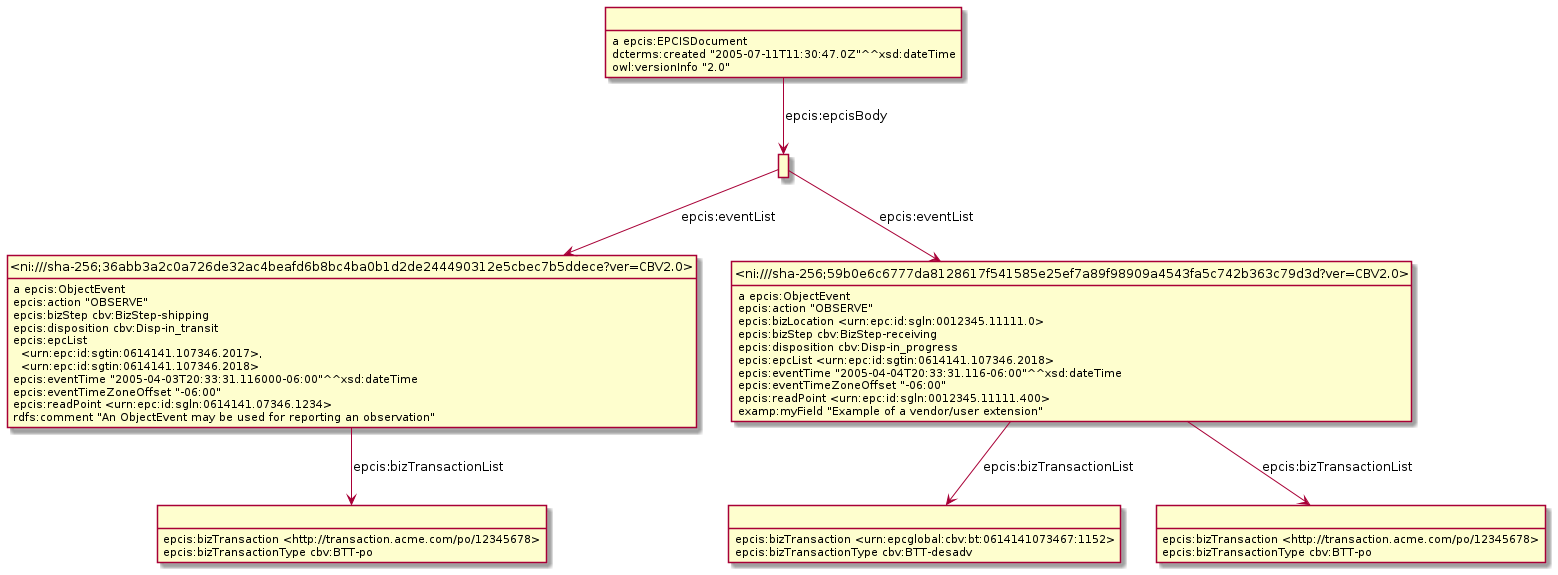
This is Diagrams/Example_9.6.1-with-comment.png from gs1/EPCIS, a PlantUML export, as it was before one commit.
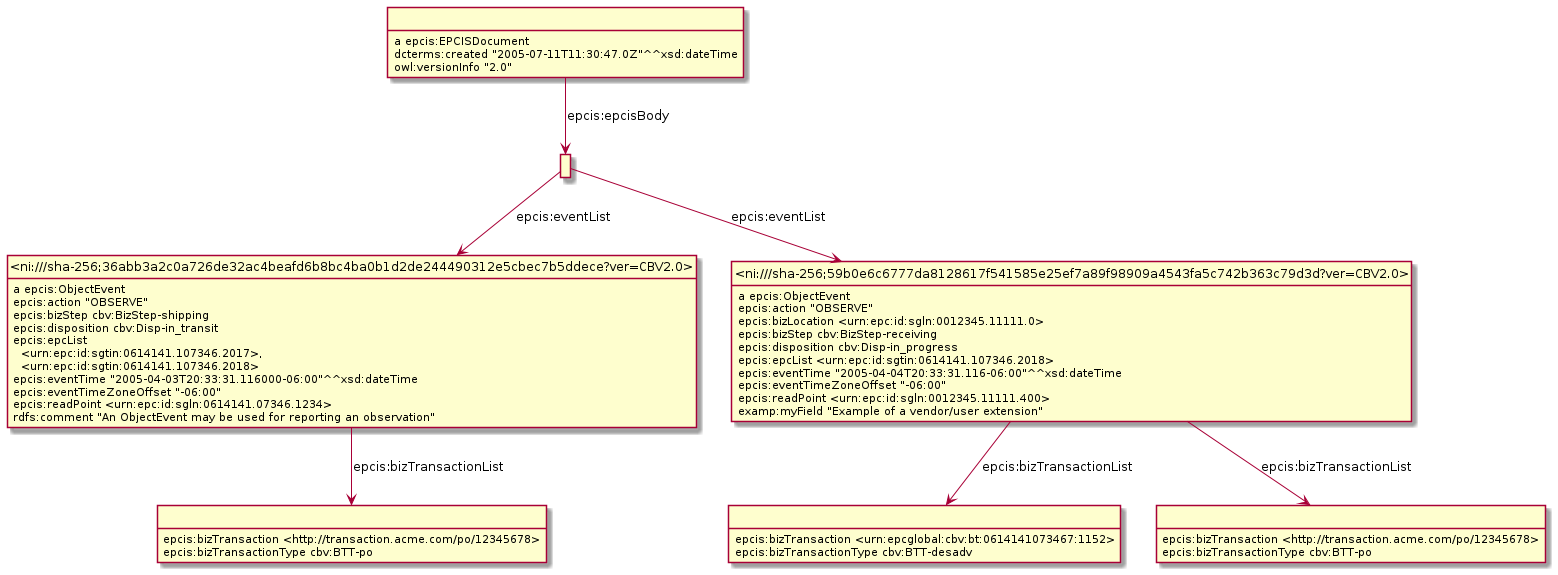
The same diagram one commit later.

Change to the diagram source:
```diff
@@ -3,28 +3,38 @@
 hide empty attributes
 hide circle
 skinparam classAttributeIconSize 0
-class _r1631887499r2_ as " "
-_r1631887499r2_ : a epcis:EPCISDocument
-class _r1631887499r3_ as " "
-_r1631887499r2_ -down-> _r1631887499r3_ : epcis:epcisBody
-_r1631887499r2_ : dcterms:created "2005-07-11T11:30:47.0Z"^^xsd:dateTime
-_r1631887499r2_ : owl:versionInfo "2.0"
 class _ni_sha_256_36abb3a2c0a726de32ac4beafd6b8bc4ba0b1d2de244490312e5cbec7b5ddece_ver_CBV2_0_ as "<ni:///sha-256;36abb3a2c0a726de32ac4beafd6b8bc4ba0b1d2de244490312e5cbec7b5ddece?ver=CBV2.0>"
-_r1631887499r3_ -down-> _ni_sha_256_36abb3a2c0a726de32ac4beafd6b8bc4ba0b1d2de244490312e5cbec7b5ddece_ver_CBV2_0_ : epcis:eventList
+_ni_sha_256_36abb3a2c0a726de32ac4beafd6b8bc4ba0b1d2de244490312e5cbec7b5ddece_ver_CBV2_0_ : a epcis:ObjectEvent
+class _r1631889691r4_ as " "
+_ni_sha_256_36abb3a2c0a726de32ac4beafd6b8bc4ba0b1d2de244490312e5cbec7b5ddece_ver_CBV2_0_ -down-> _r1631889691r4_ : epcis:bizTransactionList
+_ni_sha_256_36abb3a2c0a726de32ac4beafd6b8bc4ba0b1d2de244490312e5cbec7b5ddece_ver_CBV2_0_ : epcis:action "OBSERVE"
+_ni_sha_256_36abb3a2c0a726de32ac4beafd6b8bc4ba0b1d2de244490312e5cbec7b5ddece_ver_CBV2_0_ : epcis:bizStep cbv:BizStep-shipping
+_ni_sha_256_36abb3a2c0a726de32ac4beafd6b8bc4ba0b1d2de244490312e5cbec7b5ddece_ver_CBV2_0_ : epcis:disposition cbv:Disp-in_transit
+_ni_sha_256_36abb3a2c0a726de32ac4beafd6b8bc4ba0b1d2de244490312e5cbec7b5ddece_ver_CBV2_0_ : epcis:epcList\n  <urn:epc:id:sgtin:0614141.107346.2017>,\n  <urn:epc:id:sgtin:0614141.107346.2018>
+_ni_sha_256_36abb3a2c0a726de32ac4beafd6b8bc4ba0b1d2de244490312e5cbec7b5ddece_ver_CBV2_0_ : epcis:eventTime "2005-04-03T20:33:31.116000-06:00"^^xsd:dateTime
+_ni_sha_256_36abb3a2c0a726de32ac4beafd6b8bc4ba0b1d2de244490312e5cbec7b5ddece_ver_CBV2_0_ : epcis:eventTimeZoneOffset "-06:00"
+_ni_sha_256_36abb3a2c0a726de32ac4beafd6b8bc4ba0b1d2de244490312e5cbec7b5ddece_ver_CBV2_0_ : epcis:readPoint <urn:epc:id:sgln:0614141.07346.1234>
+_ni_sha_256_36abb3a2c0a726de32ac4beafd6b8bc4ba0b1d2de244490312e5cbec7b5ddece_ver_CBV2_0_ : rdfs:comment "An ObjectEvent may be used for reporting an observation"
+class _r1631889691r2_ as " "
+_r1631889691r2_ : a epcis:EPCISDocument
+class _r1631889691r3_ as " "
+_r1631889691r2_ -down-> _r1631889691r3_ : epcis:epcisBody
+_r1631889691r2_ : dcterms:created "2005-07-11T11:30:47.0Z"^^xsd:dateTime
+_r1631889691r2_ : owl:versionInfo "2.0"
+_r1631889691r3_ -down-> _ni_sha_256_36abb3a2c0a726de32ac4beafd6b8bc4ba0b1d2de244490312e5cbec7b5ddece_ver_CBV2_0_ : epcis:eventList
 class _ni_sha_256_59b0e6c6777da8128617f541585e25ef7a89f98909a4543fa5c742b363c79d3d_ver_CBV2_0_ as "<ni:///sha-256;59b0e6c6777da8128617f541585e25ef7a89f98909a4543fa5c742b363c79d3d?ver=CBV2.0>"
-_r1631887499r3_ -down-> _ni_sha_256_59b0e6c6777da8128617f541585e25ef7a89f98909a4543fa5c742b363c79d3d_ver_CBV2_0_ : epcis:eventList
-class _r1631887499r0_ as " "
-_r1631887499r0_ : epcis:bizTransaction <urn:epcglobal:cbv:bt:0614141073467:1152>
-_r1631887499r0_ : epcis:bizTransactionType cbv:BTT-desadv
-class _r1631887499r1_ as " "
-_r1631887499r1_ : epcis:bizTransaction <http://transaction.acme.com/po/12345678>
-_r1631887499r1_ : epcis:bizTransactionType cbv:BTT-po
-class _r1631887499r4_ as " "
-_r1631887499r4_ : epcis:bizTransaction <http://transaction.acme.com/po/12345678>
-_r1631887499r4_ : epcis:bizTransactionType cbv:BTT-po
+_r1631889691r3_ -down-> _ni_sha_256_59b0e6c6777da8128617f541585e25ef7a89f98909a4543fa5c742b363c79d3d_ver_CBV2_0_ : epcis:eventList
+class _r1631889691r0_ as " "
+_r1631889691r0_ : epcis:bizTransaction <urn:epcglobal:cbv:bt:0614141073467:1152>
+_r1631889691r0_ : epcis:bizTransactionType cbv:BTT-desadv
+_r1631889691r4_ : epcis:bizTransaction <http://transaction.acme.com/po/12345678>
+_r1631889691r4_ : epcis:bizTransactionType cbv:BTT-po
+class _r1631889691r1_ as " "
+_r1631889691r1_ : epcis:bizTransaction <http://transaction.acme.com/po/12345678>
+_r1631889691r1_ : epcis:bizTransactionType cbv:BTT-po
 _ni_sha_256_59b0e6c6777da8128617f541585e25ef7a89f98909a4543fa5c742b363c79d3d_ver_CBV2_0_ : a epcis:ObjectEvent
-_ni_sha_256_59b0e6c6777da8128617f541585e25ef7a89f98909a4543fa5c742b363c79d3d_ver_CBV2_0_ -down-> _r1631887499r1_ : epcis:bizTransactionList
-_ni_sha_256_59b0e6c6777da8128617f541585e25ef7a89f98909a4543fa5c742b363c79d3d_ver_CBV2_0_ -down-> _r1631887499r0_ : epcis:bizTransactionList
+_ni_sha_256_59b0e6c6777da8128617f541585e25ef7a89f98909a4543fa5c742b363c79d3d_ver_CBV2_0_ -down-> _r1631889691r1_ : epcis:bizTransactionList
+_ni_sha_256_59b0e6c6777da8128617f541585e25ef7a89f98909a4543fa5c742b363c79d3d_ver_CBV2_0_ -down-> _r1631889691r0_ : epcis:bizTransactionList
 _ni_sha_256_59b0e6c6777da8128617f541585e25ef7a89f98909a4543fa5c742b363c79d3d_ver_CBV2_0_ : epcis:action "OBSERVE"
 _ni_sha_256_59b0e6c6777da8128617f541585e25ef7a89f98909a4543fa5c742b363c79d3d_ver_CBV2_0_ : epcis:bizLocation <urn:epc:id:sgln:0012345.11111.0>
 _ni_sha_256_59b0e6c6777da8128617f541585e25ef7a89f98909a4543fa5c742b363c79d3d_ver_CBV2_0_ : epcis:bizStep cbv:BizStep-receiving
@@ -34,14 +44,4 @@
 _ni_sha_256_59b0e6c6777da8128617f541585e25ef7a89f98909a4543fa5c742b363c79d3d_ver_CBV2_0_ : epcis:eventTimeZoneOffset "-06:00"
 _ni_sha_256_59b0e6c6777da8128617f541585e25ef7a89f98909a4543fa5c742b363c79d3d_ver_CBV2_0_ : epcis:readPoint <urn:epc:id:sgln:0012345.11111.400>
 _ni_sha_256_59b0e6c6777da8128617f541585e25ef7a89f98909a4543fa5c742b363c79d3d_ver_CBV2_0_ : examp:myField "Example of a vendor/user extension"
-_ni_sha_256_36abb3a2c0a726de32ac4beafd6b8bc4ba0b1d2de244490312e5cbec7b5ddece_ver_CBV2_0_ : a epcis:ObjectEvent
-_ni_sha_256_36abb3a2c0a726de32ac4beafd6b8bc4ba0b1d2de244490312e5cbec7b5ddece_ver_CBV2_0_ -down-> _r1631887499r4_ : epcis:bizTransactionList
-_ni_sha_256_36abb3a2c0a726de32ac4beafd6b8bc4ba0b1d2de244490312e5cbec7b5ddece_ver_CBV2_0_ : epcis:action "OBSERVE"
-_ni_sha_256_36abb3a2c0a726de32ac4beafd6b8bc4ba0b1d2de244490312e5cbec7b5ddece_ver_CBV2_0_ : epcis:bizStep cbv:BizStep-shipping
-_ni_sha_256_36abb3a2c0a726de32ac4beafd6b8bc4ba0b1d2de244490312e5cbec7b5ddece_ver_CBV2_0_ : epcis:disposition cbv:Disp-in_transit
-_ni_sha_256_36abb3a2c0a726de32ac4beafd6b8bc4ba0b1d2de244490312e5cbec7b5ddece_ver_CBV2_0_ : epcis:epcList\n  <urn:epc:id:sgtin:0614141.107346.2017>,\n  <urn:epc:id:sgtin:0614141.107346.2018>
-_ni_sha_256_36abb3a2c0a726de32ac4beafd6b8bc4ba0b1d2de244490312e5cbec7b5ddece_ver_CBV2_0_ : epcis:eventTime "2005-04-03T20:33:31.116000-06:00"^^xsd:dateTime
-_ni_sha_256_36abb3a2c0a726de32ac4beafd6b8bc4ba0b1d2de244490312e5cbec7b5ddece_ver_CBV2_0_ : epcis:eventTimeZoneOffset "-06:00"
-_ni_sha_256_36abb3a2c0a726de32ac4beafd6b8bc4ba0b1d2de244490312e5cbec7b5ddece_ver_CBV2_0_ : epcis:readPoint <urn:epc:id:sgln:0614141.07346.1234>
-_ni_sha_256_36abb3a2c0a726de32ac4beafd6b8bc4ba0b1d2de244490312e5cbec7b5ddece_ver_CBV2_0_ : rdfs:comment "An ObjectEvent may be used for reporting an observation"
 @enduml
```
